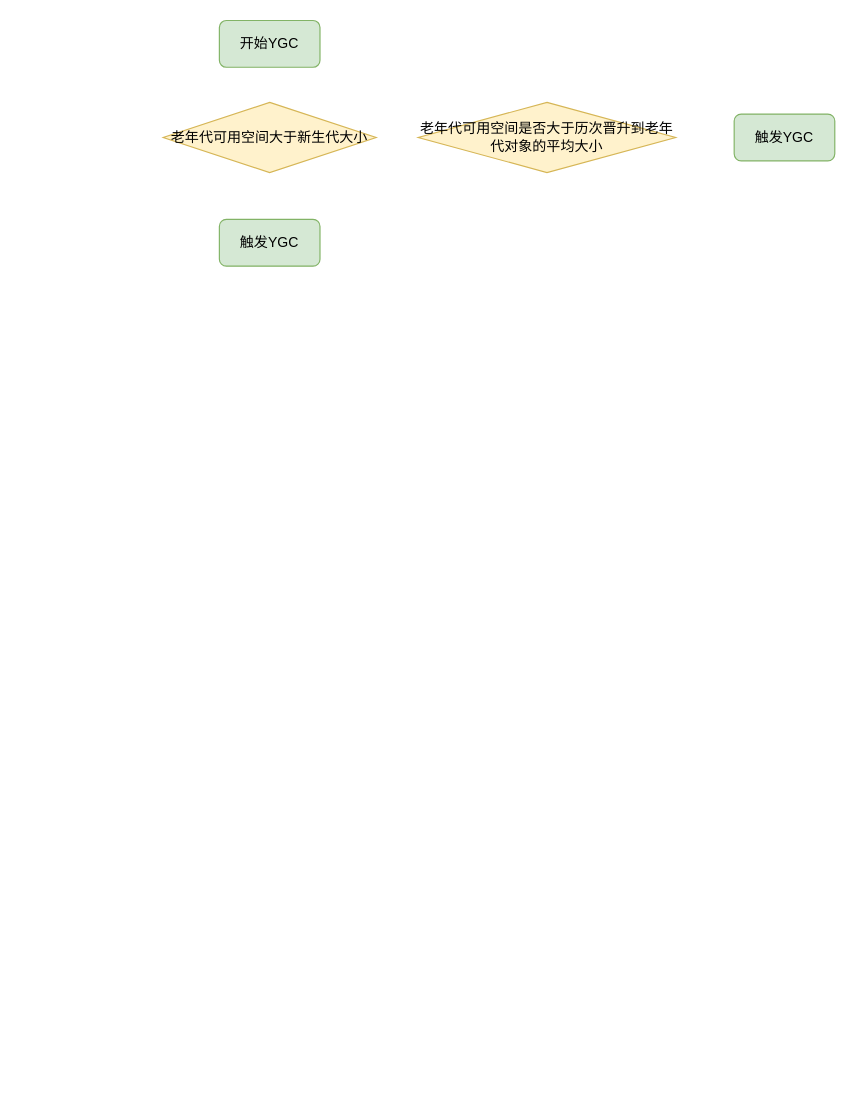
The draw.io diagram jvm/内存分配策略YGC过程.drawio in erlieStar/diagrams, before the edit. Source tidied: cells renumbered, new cells numbered last; positions are measured from the earlier drawing's top-left corner, leaving out a move shared by most shapes. Both pictures are drawn from the tidied source at 117%, with x=0, y=0 at pixel (163, 20).
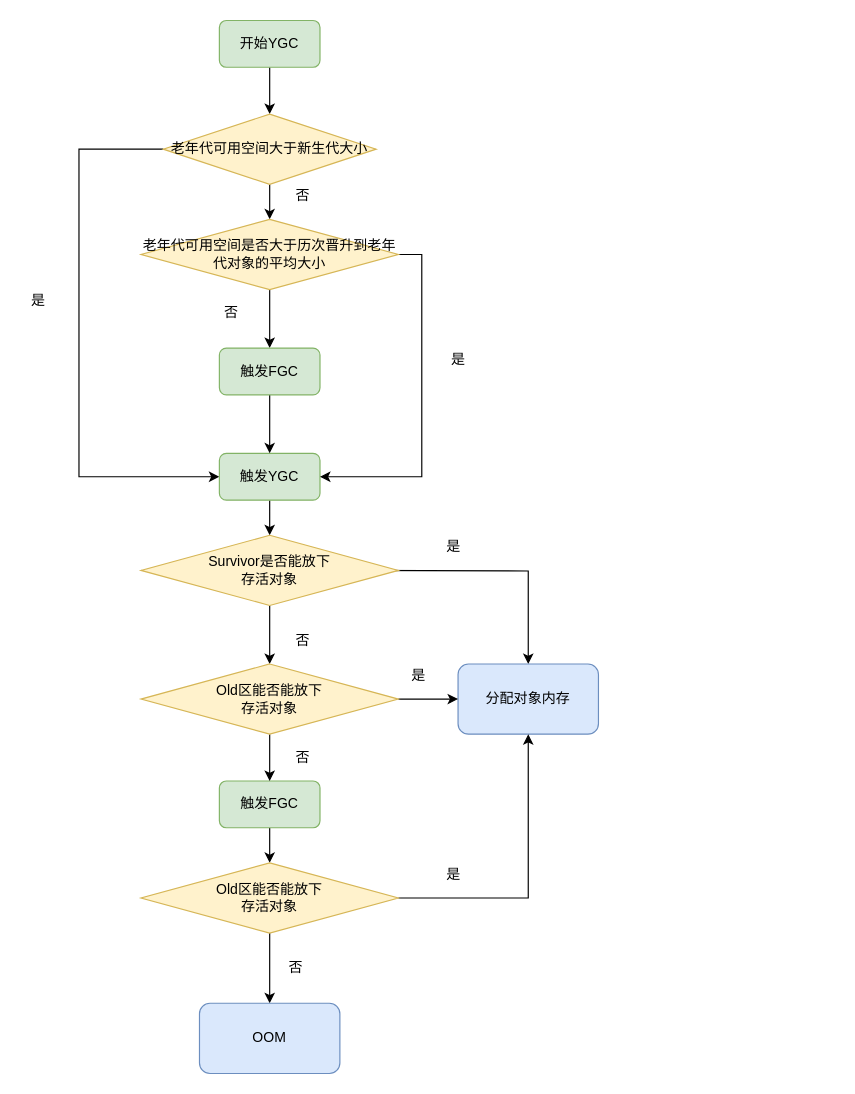
The same diagram, later.

Commit message (it also covers changes not shown here):
Update 内存分配策略YGC过程.drawio

The change refers to these unchanged cells:
```xml
<mxCell id="2" value="开始YGC" style="rounded=1;whiteSpace=wrap;html=1;fillColor=#d5e8d4;strokeColor=#82b366;" parent="1" vertex="1">
  <mxGeometry x="48" width="86" height="40" as="geometry" />
</mxCell>
```

Diff of the diagram source:
```diff
@@
+    <mxCell id="7" style="edgeStyle=orthogonalEdgeStyle;rounded=0;jettySize=auto;html=1;entryX=0.5;entryY=0;entryDx=0;entryDy=0;" parent="1" edge="1" source="2" target="3">
+      <mxGeometry relative="1" as="geometry" />
+    </mxCell>
@@
+    <mxCell id="8" style="edgeStyle=orthogonalEdgeStyle;rounded=0;jettySize=auto;html=1;exitX=0;exitY=0.5;exitDx=0;exitDy=0;entryX=0;entryY=0.5;entryDx=0;entryDy=0;" parent="1" edge="1" source="3" target="4">
+      <mxGeometry relative="1" as="geometry">
+        <Array as="points">
+          <mxPoint x="-72" y="110" />
+          <mxPoint x="-72" y="390" />
+        </Array>
+      </mxGeometry>
+    </mxCell>
+    <mxCell id="9" style="edgeStyle=orthogonalEdgeStyle;rounded=0;jettySize=auto;html=1;" parent="1" edge="1" source="3" target="5">
+      <mxGeometry relative="1" as="geometry" />
+    </mxCell>
     <mxCell id="3" value="老年代可用空间大于新生代大小" style="rhombus;whiteSpace=wrap;html=1;fillColor=#fff2cc;strokeColor=#d6b656;" parent="1" vertex="1">
-      <mxGeometry y="70" width="182" height="60" as="geometry" />
+      <mxGeometry y="80" width="182" height="60" as="geometry" />
     </mxCell>
+    <mxCell id="10" style="edgeStyle=orthogonalEdgeStyle;rounded=0;jettySize=auto;html=1;entryX=0.5;entryY=0;entryDx=0;entryDy=0;" parent="1" edge="1" source="4" target="28">
+      <mxGeometry relative="1" as="geometry" />
+    </mxCell>
     <mxCell id="4" value="触发YGC" style="rounded=1;whiteSpace=wrap;html=1;fillColor=#d5e8d4;strokeColor=#82b366;" parent="1" vertex="1">
-      <mxGeometry x="48" y="170" width="86" height="40" as="geometry" />
+      <mxGeometry x="48" y="370" width="86" height="40" as="geometry" />
     </mxCell>
+    <mxCell id="11" style="edgeStyle=orthogonalEdgeStyle;rounded=0;jettySize=auto;html=1;" parent="1" edge="1" source="5" target="14">
+      <mxGeometry relative="1" as="geometry" />
+    </mxCell>
+    <mxCell id="12" style="edgeStyle=orthogonalEdgeStyle;rounded=0;jettySize=auto;html=1;exitX=1;exitY=0.5;exitDx=0;exitDy=0;entryX=1;entryY=0.5;entryDx=0;entryDy=0;" parent="1" edge="1" source="5" target="4">
+      <mxGeometry relative="1" as="geometry" />
+    </mxCell>
     <mxCell id="5" value="老年代可用空间是否大于历次晋升到老年代对象的平均大小" style="rhombus;whiteSpace=wrap;html=1;fillColor=#fff2cc;strokeColor=#d6b656;" parent="1" vertex="1">
-      <mxGeometry x="218" y="70" width="220" height="60" as="geometry" />
+      <mxGeometry x="-19" y="170" width="220" height="60" as="geometry" />
     </mxCell>
-    <mxCell id="6" value="触发YGC" style="rounded=1;whiteSpace=wrap;html=1;fillColor=#d5e8d4;strokeColor=#82b366;" parent="1" vertex="1">
-      <mxGeometry x="488" y="80" width="86" height="40" as="geometry" />
-    </mxCell>
+    <mxCell id="13" style="edgeStyle=orthogonalEdgeStyle;rounded=0;jettySize=auto;html=1;" parent="1" edge="1" source="14" target="4">
+      <mxGeometry relative="1" as="geometry" />
+    </mxCell>
+    <mxCell id="14" value="触发FGC" style="rounded=1;whiteSpace=wrap;html=1;fillColor=#d5e8d4;strokeColor=#82b366;" parent="1" vertex="1">
+      <mxGeometry x="48" y="280" width="86" height="40" as="geometry" />
+    </mxCell>
+    <mxCell id="15" value="是" style="text;html=1;align=center;verticalAlign=middle;strokeColor=none;" parent="1" vertex="1">
+      <mxGeometry x="-122" y="230" width="30" height="20" as="geometry" />
+    </mxCell>
+    <mxCell id="16" value="否" style="text;html=1;align=center;verticalAlign=middle;strokeColor=none;" parent="1" vertex="1">
+      <mxGeometry x="43" y="240" width="30" height="20" as="geometry" />
+    </mxCell>
+    <mxCell id="17" value="是" style="text;html=1;align=center;verticalAlign=middle;strokeColor=none;" parent="1" vertex="1">
+      <mxGeometry x="237" y="280" width="30" height="20" as="geometry" />
+    </mxCell>
+    <mxCell id="18" style="edgeStyle=orthogonalEdgeStyle;rounded=0;jettySize=auto;html=1;exitX=1;exitY=0.5;exitDx=0;exitDy=0;entryX=0.5;entryY=0;entryDx=0;entryDy=0;" parent="1" edge="1" target="19">
+      <mxGeometry relative="1" as="geometry">
+        <mxPoint x="151" y="470" as="sourcePoint" />
+      </mxGeometry>
+    </mxCell>
+    <mxCell id="19" value="分配对象内存" style="rounded=1;whiteSpace=wrap;html=1;fillColor=#dae8fc;strokeColor=#6c8ebf;" parent="1" vertex="1">
+      <mxGeometry x="252" y="550" width="120" height="60" as="geometry" />
+    </mxCell>
+    <mxCell id="20" style="edgeStyle=orthogonalEdgeStyle;rounded=0;jettySize=auto;html=1;exitX=0.5;exitY=1;exitDx=0;exitDy=0;entryX=0.5;entryY=0;entryDx=0;entryDy=0;" parent="1" edge="1" source="21" target="24">
+      <mxGeometry relative="1" as="geometry" />
+    </mxCell>
+    <mxCell id="21" value="触发FGC" style="rounded=1;whiteSpace=wrap;html=1;fillColor=#d5e8d4;strokeColor=#82b366;" parent="1" vertex="1">
+      <mxGeometry x="48" y="650" width="86" height="40" as="geometry" />
+    </mxCell>
+    <mxCell id="22" style="edgeStyle=orthogonalEdgeStyle;rounded=0;jettySize=auto;html=1;exitX=1;exitY=0.5;exitDx=0;exitDy=0;" parent="1" edge="1" source="24" target="19">
+      <mxGeometry relative="1" as="geometry" />
+    </mxCell>
+    <mxCell id="23" style="edgeStyle=orthogonalEdgeStyle;rounded=0;jettySize=auto;html=1;" parent="1" edge="1" source="24" target="25">
+      <mxGeometry relative="1" as="geometry" />
+    </mxCell>
+    <mxCell id="24" value="Old区能否能放下&lt;br&gt;存活对象" style="rhombus;whiteSpace=wrap;html=1;fillColor=#fff2cc;strokeColor=#d6b656;" parent="1" vertex="1">
+      <mxGeometry x="-19" y="720" width="220" height="60" as="geometry" />
+    </mxCell>
+    <mxCell id="25" value="OOM" style="rounded=1;whiteSpace=wrap;html=1;fillColor=#dae8fc;strokeColor=#6c8ebf;" parent="1" vertex="1">
+      <mxGeometry x="31" y="840" width="120" height="60" as="geometry" />
+    </mxCell>
+    <mxCell id="26" value="否" style="text;html=1;align=center;verticalAlign=middle;strokeColor=none;" parent="1" vertex="1">
+      <mxGeometry x="104" y="140" width="30" height="20" as="geometry" />
+    </mxCell>
+    <mxCell id="27" style="edgeStyle=orthogonalEdgeStyle;rounded=0;jettySize=auto;html=1;" parent="1" edge="1" source="28" target="31">
+      <mxGeometry relative="1" as="geometry" />
+    </mxCell>
+    <mxCell id="28" value="Survivor是否能放下&lt;br&gt;存活对象" style="rhombus;whiteSpace=wrap;html=1;fillColor=#fff2cc;strokeColor=#d6b656;" parent="1" vertex="1">
+      <mxGeometry x="-19" y="440" width="220" height="60" as="geometry" />
+    </mxCell>
+    <mxCell id="29" style="edgeStyle=orthogonalEdgeStyle;rounded=0;jettySize=auto;html=1;exitX=1;exitY=0.5;exitDx=0;exitDy=0;entryX=0;entryY=0.5;entryDx=0;entryDy=0;" parent="1" edge="1" source="31" target="19">
+      <mxGeometry relative="1" as="geometry" />
+    </mxCell>
+    <mxCell id="30" style="edgeStyle=orthogonalEdgeStyle;rounded=0;jettySize=auto;html=1;exitX=0.5;exitY=1;exitDx=0;exitDy=0;entryX=0.5;entryY=0;entryDx=0;entryDy=0;" parent="1" edge="1" source="31" target="21">
+      <mxGeometry relative="1" as="geometry" />
+    </mxCell>
+    <mxCell id="31" value="Old区能否能放下&lt;br&gt;存活对象" style="rhombus;whiteSpace=wrap;html=1;fillColor=#fff2cc;strokeColor=#d6b656;" parent="1" vertex="1">
+      <mxGeometry x="-19" y="550" width="220" height="60" as="geometry" />
+    </mxCell>
+    <mxCell id="32" value="是" style="text;html=1;align=center;verticalAlign=middle;strokeColor=none;" parent="1" vertex="1">
+      <mxGeometry x="233" y="440" width="30" height="20" as="geometry" />
+    </mxCell>
+    <mxCell id="33" value="否" style="text;html=1;align=center;verticalAlign=middle;strokeColor=none;" parent="1" vertex="1">
+      <mxGeometry x="104" y="520" width="30" height="20" as="geometry" />
+    </mxCell>
+    <mxCell id="34" value="否" style="text;html=1;align=center;verticalAlign=middle;strokeColor=none;" parent="1" vertex="1">
+      <mxGeometry x="104" y="620" width="30" height="20" as="geometry" />
+    </mxCell>
+    <mxCell id="35" value="是" style="text;html=1;align=center;verticalAlign=middle;strokeColor=none;" parent="1" vertex="1">
+      <mxGeometry x="203" y="550" width="30" height="20" as="geometry" />
+    </mxCell>
+    <mxCell id="36" value="是" style="text;html=1;align=center;verticalAlign=middle;strokeColor=none;" parent="1" vertex="1">
+      <mxGeometry x="233" y="720" width="30" height="20" as="geometry" />
+    </mxCell>
+    <mxCell id="37" value="否" style="text;html=1;align=center;verticalAlign=middle;strokeColor=none;" parent="1" vertex="1">
+      <mxGeometry x="98" y="800" width="30" height="20" as="geometry" />
+    </mxCell>
```
